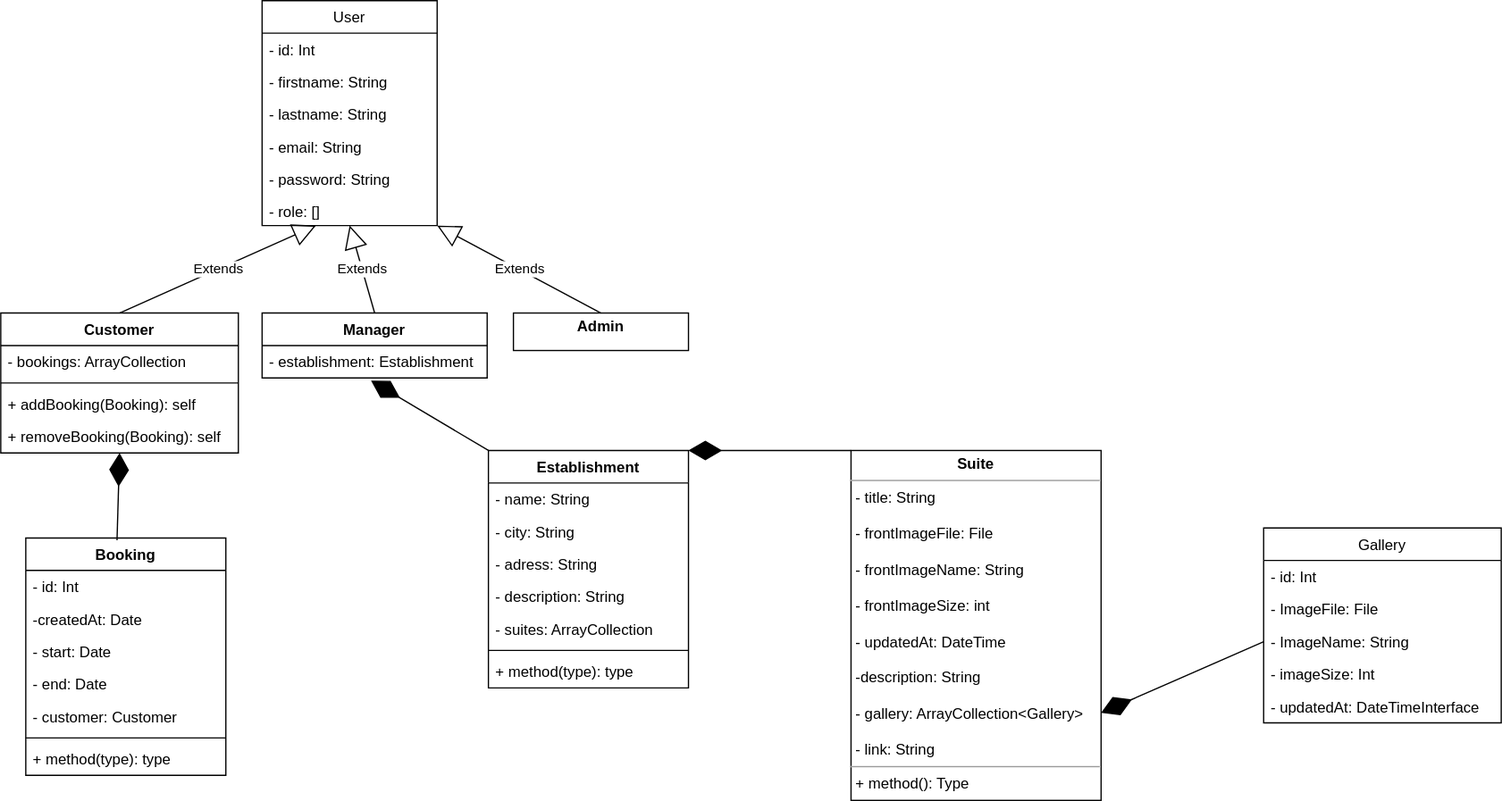
This is diagrams/class_diagram.svg from Arciesis/Hypnos, a draw.io export, as it was before one commit. Source tidied: cells renumbered, new cells last; positions are measured from the earlier drawing's top-left corner, leaving out a move shared by most shapes.
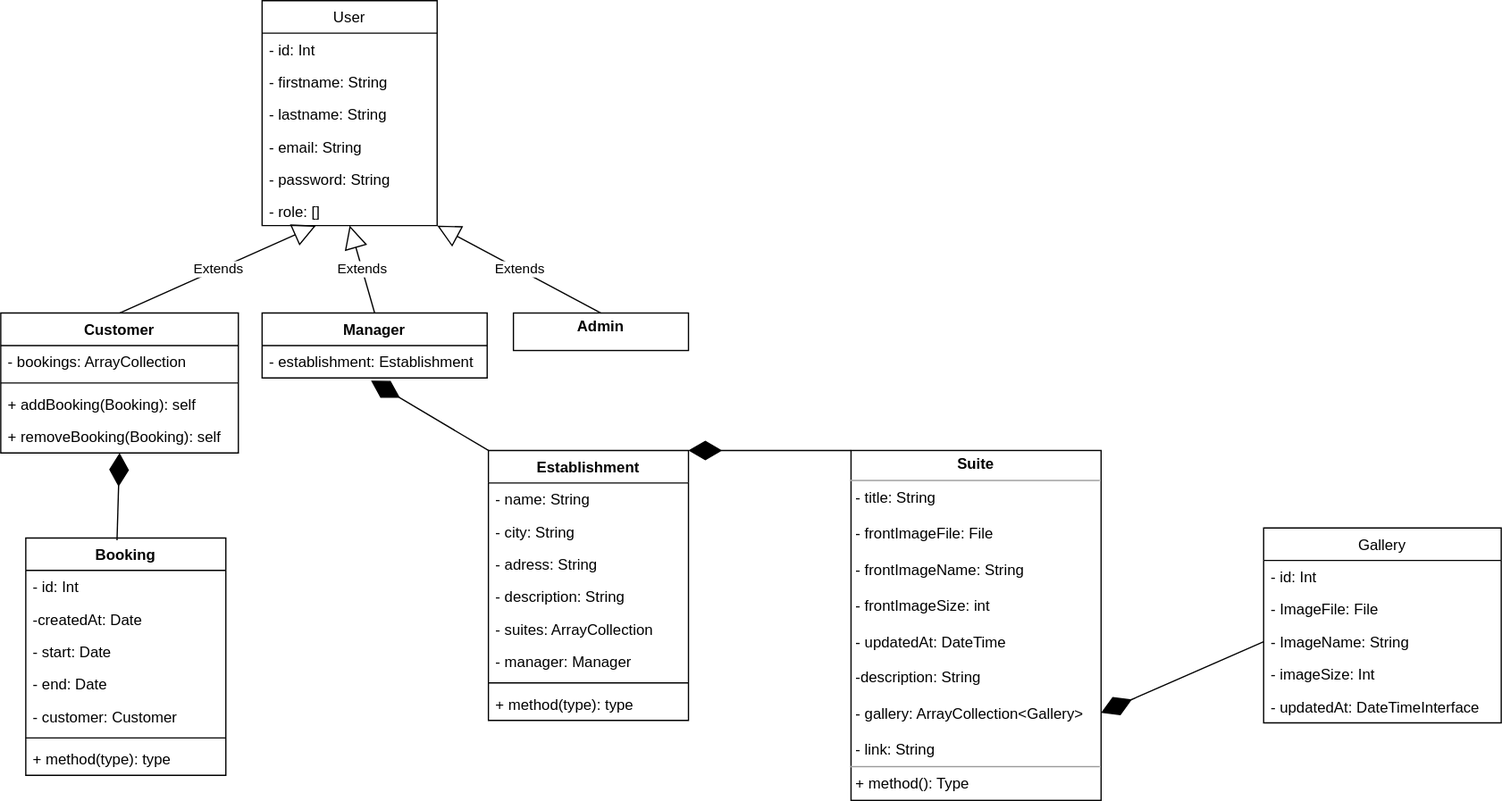
Later version of the same file.

Diff of the diagram source:
```diff
@@ -36,7 +36,7 @@
       <mxGeometry relative="1" as="geometry" />
     </mxCell>
     <mxCell id="13" value="Establishment" style="swimlane;fontStyle=1;align=center;verticalAlign=top;horizontal=1;startSize=26;" parent="1" vertex="1">
-      <mxGeometry x="390" y="360" width="160" height="190" as="geometry" />
+      <mxGeometry x="390" y="360" width="160" height="216" as="geometry" />
     </mxCell>
     <mxCell id="14" value="- name: String" style="text;strokeColor=none;fillColor=none;align=left;verticalAlign=top;spacingLeft=4;spacingRight=4;overflow=hidden;" parent="13" vertex="1">
       <mxGeometry y="26" width="160" height="26" as="geometry" />
@@ -53,11 +53,14 @@
     <mxCell id="18" value="- suites: ArrayCollection" style="text;strokeColor=none;fillColor=none;align=left;verticalAlign=top;spacingLeft=4;spacingRight=4;overflow=hidden;" parent="13" vertex="1">
       <mxGeometry y="130" width="160" height="26" as="geometry" />
     </mxCell>
+    <mxCell id="47" value="- manager: Manager" style="text;strokeColor=none;fillColor=none;align=left;verticalAlign=top;spacingLeft=4;spacingRight=4;overflow=hidden;" parent="13" vertex="1">
+      <mxGeometry y="156" width="160" height="26" as="geometry" />
+    </mxCell>
     <mxCell id="19" style="line;strokeWidth=1;fillColor=none;align=left;verticalAlign=middle;spacingTop=-1;spacingLeft=3;spacingRight=3;labelPosition=right;" parent="13" vertex="1">
-      <mxGeometry y="156" width="160" height="8" as="geometry" />
+      <mxGeometry y="182" width="160" height="8" as="geometry" />
     </mxCell>
     <mxCell id="20" value="+ method(type): type" style="text;strokeColor=none;fillColor=none;align=left;verticalAlign=top;spacingLeft=4;spacingRight=4;overflow=hidden;" parent="13" vertex="1">
-      <mxGeometry y="164" width="160" height="26" as="geometry" />
+      <mxGeometry y="190" width="160" height="26" as="geometry" />
     </mxCell>
     <mxCell id="21" value="&lt;p style=&quot;margin: 0px ; margin-top: 4px ; text-align: center&quot;&gt;&lt;b&gt;Suite&lt;/b&gt;&lt;/p&gt;&lt;hr size=&quot;1&quot;&gt;&lt;p style=&quot;margin: 0px ; margin-left: 4px&quot;&gt;- title: String&lt;/p&gt;&lt;p style=&quot;margin: 0px ; margin-left: 4px&quot;&gt;&lt;br&gt;&lt;/p&gt;&lt;p style=&quot;margin: 0px ; margin-left: 4px&quot;&gt;- frontImageFile: File&lt;/p&gt;&lt;p style=&quot;margin: 0px ; margin-left: 4px&quot;&gt;&lt;br&gt;&lt;/p&gt;&lt;p style=&quot;margin: 0px ; margin-left: 4px&quot;&gt;- frontImageName: String&lt;/p&gt;&lt;p style=&quot;margin: 0px ; margin-left: 4px&quot;&gt;&lt;br&gt;&lt;/p&gt;&lt;p style=&quot;margin: 0px ; margin-left: 4px&quot;&gt;- frontImageSize: int&lt;/p&gt;&lt;p style=&quot;margin: 0px ; margin-left: 4px&quot;&gt;&lt;br&gt;&lt;/p&gt;&lt;p style=&quot;margin: 0px ; margin-left: 4px&quot;&gt;- updatedAt: DateTime&lt;/p&gt;&lt;p style=&quot;margin: 0px ; margin-left: 4px&quot;&gt;&lt;br&gt;&lt;/p&gt;&lt;p style=&quot;margin: 0px ; margin-left: 4px&quot;&gt;-description: String&lt;/p&gt;&lt;p style=&quot;margin: 0px ; margin-left: 4px&quot;&gt;&lt;br&gt;&lt;/p&gt;&lt;p style=&quot;margin: 0px ; margin-left: 4px&quot;&gt;- gallery: ArrayCollection&amp;lt;Gallery&amp;gt;&lt;/p&gt;&lt;p style=&quot;margin: 0px ; margin-left: 4px&quot;&gt;&lt;br&gt;&lt;/p&gt;&lt;p style=&quot;margin: 0px ; margin-left: 4px&quot;&gt;- link: String&lt;/p&gt;&lt;hr size=&quot;1&quot;&gt;&lt;p style=&quot;margin: 0px ; margin-left: 4px&quot;&gt;+ method(): Type&lt;/p&gt;" style="verticalAlign=top;align=left;overflow=fill;fontSize=12;fontFamily=Helvetica;html=1;" parent="1" vertex="1">
       <mxGeometry x="680" y="360" width="200" height="280" as="geometry" />
```
